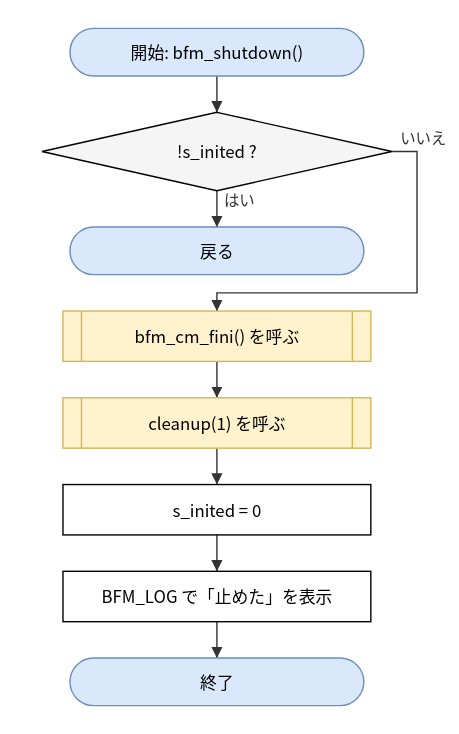
hf355051012-ai/bfmem keeps this draw.io diagram as doc/spec/images/flow_src_bfm_core-bfm_shutdown.drawio.svg. Above is the earlier version. Source tidied: cells renumbered, new cells last; positions are measured from the earlier drawing's top-left corner, leaving out a move shared by most shapes.
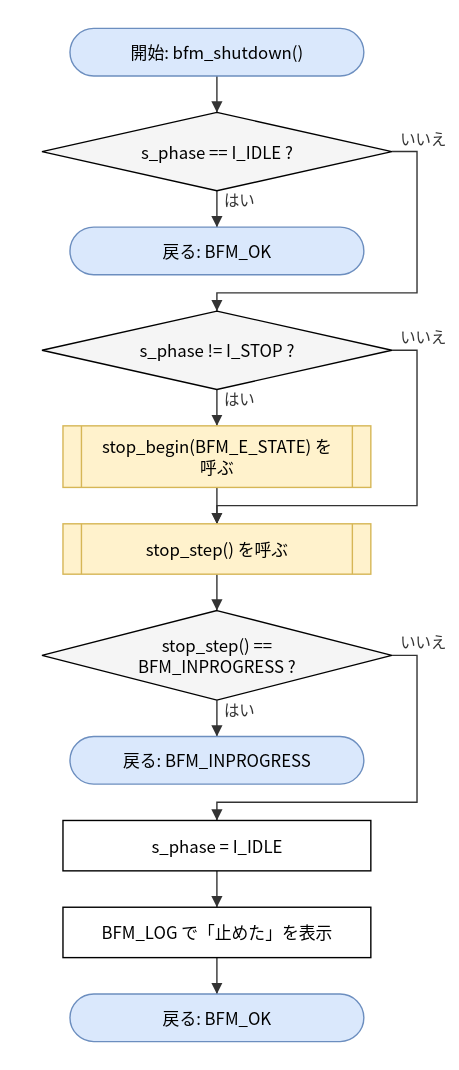
Later version of the same file.

Change to the diagram source:
```diff
@@ -5,27 +5,36 @@
     <mxCell id="2" value="開始: bfm_shutdown()" style="rounded=1;arcSize=50;whiteSpace=wrap;html=1;fillColor=#dae8fc;strokeColor=#6c8ebf;" parent="1" vertex="1">
       <mxGeometry x="20" width="210" height="34" as="geometry" />
     </mxCell>
-    <mxCell id="3" value="!s_inited ?" style="rhombus;whiteSpace=wrap;html=1;fillColor=#f5f5f5;" parent="1" vertex="1">
+    <mxCell id="3" value="s_phase == I_IDLE ?" style="rhombus;whiteSpace=wrap;html=1;fillColor=#f5f5f5;" parent="1" vertex="1">
       <mxGeometry y="60" width="250" height="56" as="geometry" />
     </mxCell>
-    <mxCell id="4" value="戻る" style="rounded=1;arcSize=50;whiteSpace=wrap;html=1;fillColor=#dae8fc;strokeColor=#6c8ebf;" parent="1" vertex="1">
+    <mxCell id="4" value="戻る: BFM_OK" style="rounded=1;arcSize=50;whiteSpace=wrap;html=1;fillColor=#dae8fc;strokeColor=#6c8ebf;" parent="1" vertex="1">
       <mxGeometry x="20" y="142" width="210" height="34" as="geometry" />
     </mxCell>
-    <mxCell id="5" value="bfm_cm_fini() を呼ぶ" style="shape=process;whiteSpace=wrap;html=1;backgroundOutline=1;size=0.06;fillColor=#fff2cc;strokeColor=#d6b656;" parent="1" vertex="1">
-      <mxGeometry x="15" y="202" width="220" height="36" as="geometry" />
+    <mxCell id="5" value="s_phase != I_STOP ?" style="rhombus;whiteSpace=wrap;html=1;fillColor=#f5f5f5;" parent="1" vertex="1">
+      <mxGeometry y="202" width="250" height="56" as="geometry" />
     </mxCell>
-    <mxCell id="6" value="cleanup(1) を呼ぶ" style="shape=process;whiteSpace=wrap;html=1;backgroundOutline=1;size=0.06;fillColor=#fff2cc;strokeColor=#d6b656;" parent="1" vertex="1">
-      <mxGeometry x="15" y="264" width="220" height="36" as="geometry" />
+    <mxCell id="6" value="stop_begin(BFM_E_STATE) を&lt;br&gt;呼ぶ" style="shape=process;whiteSpace=wrap;html=1;backgroundOutline=1;size=0.06;fillColor=#fff2cc;strokeColor=#d6b656;" parent="1" vertex="1">
+      <mxGeometry x="15" y="284" width="220" height="44" as="geometry" />
     </mxCell>
-    <mxCell id="7" value="s_inited = 0" style="rounded=0;whiteSpace=wrap;html=1;" parent="1" vertex="1">
-      <mxGeometry x="15" y="326" width="220" height="36" as="geometry" />
+    <mxCell id="7" value="stop_step() を呼ぶ" style="shape=process;whiteSpace=wrap;html=1;backgroundOutline=1;size=0.06;fillColor=#fff2cc;strokeColor=#d6b656;" parent="1" vertex="1">
+      <mxGeometry x="15" y="354" width="220" height="36" as="geometry" />
     </mxCell>
-    <mxCell id="8" value="BFM_LOG で「止めた」を表示" style="rounded=0;whiteSpace=wrap;html=1;" parent="1" vertex="1">
-      <mxGeometry x="15" y="388" width="220" height="36" as="geometry" />
+    <mxCell id="8" value="stop_step() ==&lt;br&gt;BFM_INPROGRESS ?" style="rhombus;whiteSpace=wrap;html=1;fillColor=#f5f5f5;" parent="1" vertex="1">
+      <mxGeometry y="416" width="250" height="64" as="geometry" />
     </mxCell>
-    <mxCell id="9" value="終了" style="rounded=1;arcSize=50;whiteSpace=wrap;html=1;fillColor=#dae8fc;strokeColor=#6c8ebf;" parent="1" vertex="1">
-      <mxGeometry x="20" y="450" width="210" height="34" as="geometry" />
+    <mxCell id="9" value="戻る: BFM_INPROGRESS" style="rounded=1;arcSize=50;whiteSpace=wrap;html=1;fillColor=#dae8fc;strokeColor=#6c8ebf;" parent="1" vertex="1">
+      <mxGeometry x="20" y="506" width="210" height="34" as="geometry" />
     </mxCell>
+    <mxCell id="17" value="s_phase = I_IDLE" style="rounded=0;whiteSpace=wrap;html=1;" parent="1" vertex="1">
+      <mxGeometry x="15" y="566" width="220" height="36" as="geometry" />
+    </mxCell>
+    <mxCell id="18" value="BFM_LOG で「止めた」を表示" style="rounded=0;whiteSpace=wrap;html=1;" parent="1" vertex="1">
+      <mxGeometry x="15" y="628" width="220" height="36" as="geometry" />
+    </mxCell>
+    <mxCell id="19" value="戻る: BFM_OK" style="rounded=1;arcSize=50;whiteSpace=wrap;html=1;fillColor=#dae8fc;strokeColor=#6c8ebf;" parent="1" vertex="1">
+      <mxGeometry x="20" y="690" width="210" height="34" as="geometry" />
+    </mxCell>
     <mxCell id="10" style="edgeStyle=none;html=1;rounded=0;endArrow=block;endFill=1;exitX=0.5000;exitY=1.0000;exitDx=0;exitDy=0;exitPerimeter=0;entryX=0.5000;entryY=0.0000;entryDx=0;entryDy=0;entryPerimeter=0;" parent="1" edge="1" source="2" target="3">
       <mxGeometry relative="1" as="geometry" />
     </mxCell>
@@ -41,17 +50,41 @@
         </Array>
       </mxGeometry>
     </mxCell>
-    <mxCell id="13" style="edgeStyle=none;html=1;rounded=0;endArrow=block;endFill=1;exitX=0.5000;exitY=1.0000;exitDx=0;exitDy=0;exitPerimeter=0;entryX=0.5000;entryY=0.0000;entryDx=0;entryDy=0;entryPerimeter=0;" parent="1" edge="1" source="5" target="6">
+    <mxCell id="13" value="はい" style="edgeStyle=none;html=1;rounded=0;endArrow=block;endFill=1;exitX=0.5000;exitY=1.0000;exitDx=0;exitDy=0;exitPerimeter=0;entryX=0.5000;entryY=0.0000;entryDx=0;entryDy=0;entryPerimeter=0;" parent="1" edge="1" source="5" target="6">
       <mxGeometry relative="1" as="geometry" />
     </mxCell>
     <mxCell id="14" style="edgeStyle=none;html=1;rounded=0;endArrow=block;endFill=1;exitX=0.5000;exitY=1.0000;exitDx=0;exitDy=0;exitPerimeter=0;entryX=0.5000;entryY=0.0000;entryDx=0;entryDy=0;entryPerimeter=0;" parent="1" edge="1" source="6" target="7">
       <mxGeometry relative="1" as="geometry" />
     </mxCell>
-    <mxCell id="15" style="edgeStyle=none;html=1;rounded=0;endArrow=block;endFill=1;exitX=0.5000;exitY=1.0000;exitDx=0;exitDy=0;exitPerimeter=0;entryX=0.5000;entryY=0.0000;entryDx=0;entryDy=0;entryPerimeter=0;" parent="1" edge="1" source="7" target="8">
-      <mxGeometry relative="1" as="geometry" />
+    <mxCell id="15" value="いいえ" style="edgeStyle=none;html=1;rounded=0;endArrow=block;endFill=1;exitX=1.0000;exitY=0.5000;exitDx=0;exitDy=0;exitPerimeter=0;entryX=0.5000;entryY=0.0000;entryDx=0;entryDy=0;entryPerimeter=0;" parent="1" edge="1" source="5" target="7">
+      <mxGeometry relative="1" as="geometry">
+        <Array as="points">
+          <mxPoint x="268" y="230" />
+          <mxPoint x="268" y="341" />
+          <mxPoint x="125" y="341" />
+        </Array>
+      </mxGeometry>
     </mxCell>
-    <mxCell id="16" style="edgeStyle=none;html=1;rounded=0;endArrow=block;endFill=1;exitX=0.5000;exitY=1.0000;exitDx=0;exitDy=0;exitPerimeter=0;entryX=0.5000;entryY=0.0000;entryDx=0;entryDy=0;entryPerimeter=0;" parent="1" edge="1" source="8" target="9">
+    <mxCell id="16" style="edgeStyle=none;html=1;rounded=0;endArrow=block;endFill=1;exitX=0.5000;exitY=1.0000;exitDx=0;exitDy=0;exitPerimeter=0;entryX=0.5000;entryY=0.0000;entryDx=0;entryDy=0;entryPerimeter=0;" parent="1" edge="1" source="7" target="8">
       <mxGeometry relative="1" as="geometry" />
     </mxCell>
+    <mxCell id="20" value="はい" style="edgeStyle=none;html=1;rounded=0;endArrow=block;endFill=1;exitX=0.5000;exitY=1.0000;exitDx=0;exitDy=0;exitPerimeter=0;entryX=0.5000;entryY=0.0000;entryDx=0;entryDy=0;entryPerimeter=0;" parent="1" edge="1" source="8" target="9">
+      <mxGeometry relative="1" as="geometry" />
+    </mxCell>
+    <mxCell id="21" value="いいえ" style="edgeStyle=none;html=1;rounded=0;endArrow=block;endFill=1;exitX=1.0000;exitY=0.5000;exitDx=0;exitDy=0;exitPerimeter=0;entryX=0.5000;entryY=0.0000;entryDx=0;entryDy=0;entryPerimeter=0;" parent="1" edge="1" source="8" target="17">
+      <mxGeometry relative="1" as="geometry">
+        <Array as="points">
+          <mxPoint x="268" y="448" />
+          <mxPoint x="268" y="553" />
+          <mxPoint x="125" y="553" />
+        </Array>
+      </mxGeometry>
+    </mxCell>
+    <mxCell id="22" style="edgeStyle=none;html=1;rounded=0;endArrow=block;endFill=1;exitX=0.5000;exitY=1.0000;exitDx=0;exitDy=0;exitPerimeter=0;entryX=0.5000;entryY=0.0000;entryDx=0;entryDy=0;entryPerimeter=0;" parent="1" edge="1" source="17" target="18">
+      <mxGeometry relative="1" as="geometry" />
+    </mxCell>
+    <mxCell id="23" style="edgeStyle=none;html=1;rounded=0;endArrow=block;endFill=1;exitX=0.5000;exitY=1.0000;exitDx=0;exitDy=0;exitPerimeter=0;entryX=0.5000;entryY=0.0000;entryDx=0;entryDy=0;entryPerimeter=0;" parent="1" edge="1" source="18" target="19">
+      <mxGeometry relative="1" as="geometry" />
+    </mxCell>
   </root>
 </mxGraphModel>
```
